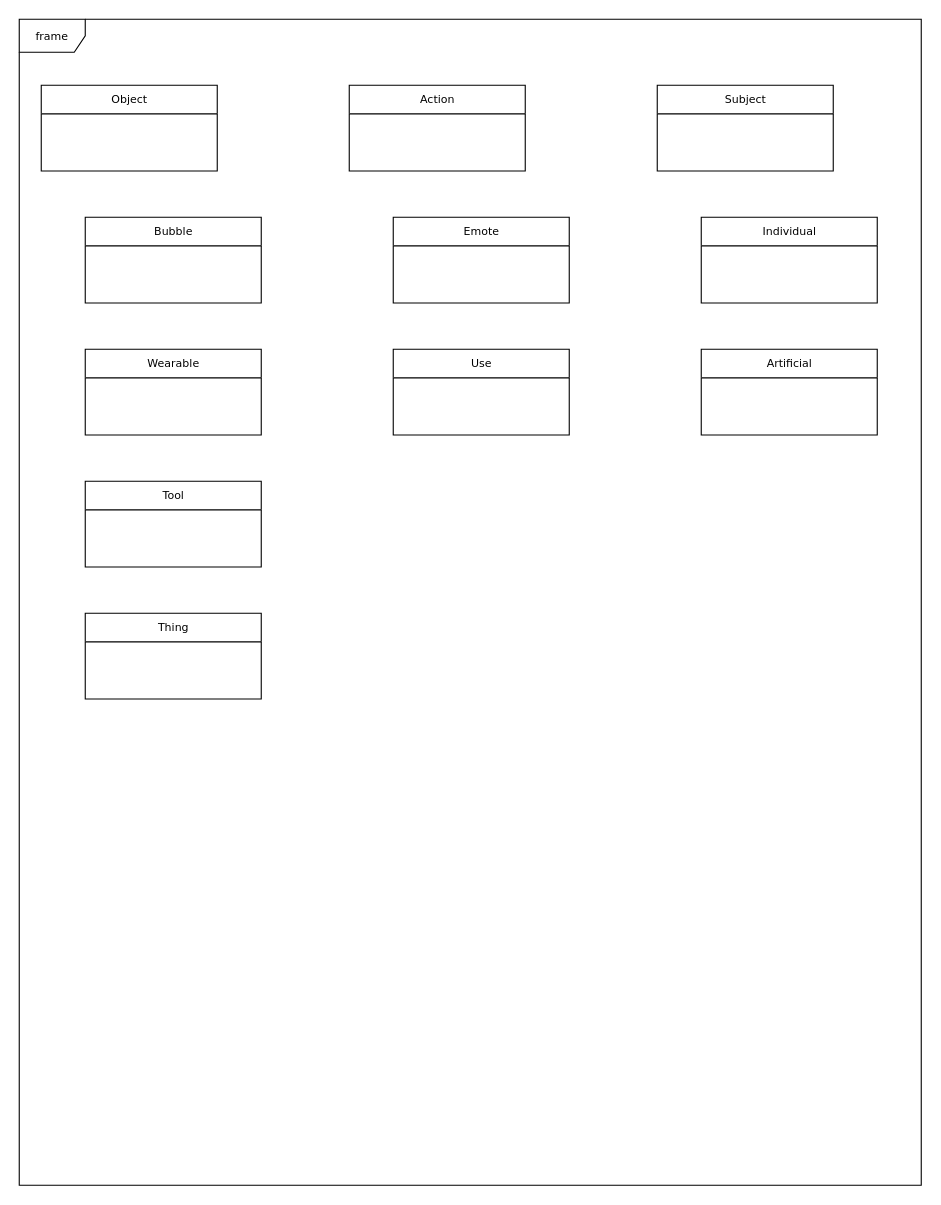
Above: Unbenanntes Diagramm.drawio in Jenziner/Test (draw.io), before the change. Source tidied: cells renumbered, new cells numbered last; positions are measured from the earlier drawing's top-left corner, leaving out a move shared by most shapes. Both pictures are drawn from the tidied source at 110%, with x=0, y=0 at pixel (19, 19).
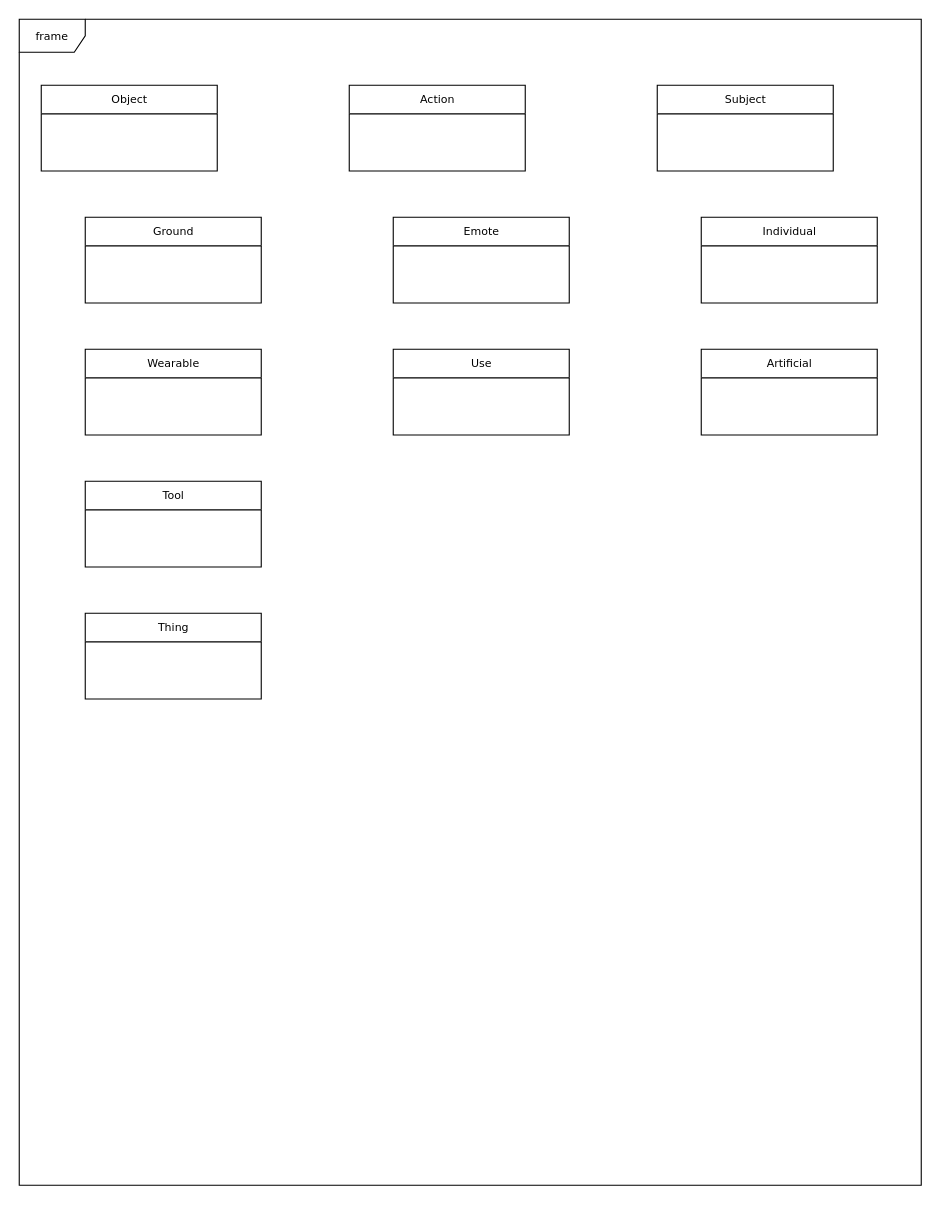
After the change.

Change to the diagram source:
```diff
@@
 <mxGraphModel>
   <root>
     <mxCell id="0" />
     <mxCell id="1" parent="0" />
     <mxCell id="2" value="frame" style="shape=umlFrame;whiteSpace=wrap;html=1;rounded=0;shadow=0;comic=0;labelBackgroundColor=none;strokeWidth=1;fontFamily=Verdana;fontSize=10;align=center;" parent="1" vertex="1">
       <mxGeometry width="820" height="1060" as="geometry" />
     </mxCell>
     <mxCell id="3" value="Object" style="swimlane;html=1;fontStyle=0;horizontal=1;startSize=26;fillColor=none;swimlaneFillColor=#ffffff;rounded=0;shadow=0;comic=0;labelBackgroundColor=none;strokeWidth=1;fontFamily=Verdana;fontSize=10;align=center;" parent="1" vertex="1">
       <mxGeometry x="20" y="60" width="160" height="78" as="geometry" />
     </mxCell>
     <mxCell id="4" value="Action" style="swimlane;html=1;fontStyle=0;horizontal=1;startSize=26;fillColor=none;swimlaneFillColor=#ffffff;rounded=0;shadow=0;comic=0;labelBackgroundColor=none;strokeWidth=1;fontFamily=Verdana;fontSize=10;align=center;" parent="1" vertex="1">
       <mxGeometry x="300" y="60" width="160" height="78" as="geometry" />
     </mxCell>
     <mxCell id="5" value="Subject" style="swimlane;html=1;fontStyle=0;horizontal=1;startSize=26;fillColor=none;swimlaneFillColor=#ffffff;rounded=0;shadow=0;comic=0;labelBackgroundColor=none;strokeWidth=1;fontFamily=Verdana;fontSize=10;align=center;" parent="1" vertex="1">
       <mxGeometry x="580" y="60" width="160" height="78" as="geometry" />
     </mxCell>
-    <mxCell id="6" value="Bubble" style="swimlane;html=1;fontStyle=0;horizontal=1;startSize=26;fillColor=none;swimlaneFillColor=#ffffff;rounded=0;shadow=0;comic=0;labelBackgroundColor=none;strokeWidth=1;fontFamily=Verdana;fontSize=10;align=center;" parent="1" vertex="1">
+    <mxCell id="6" value="Ground" style="swimlane;html=1;fontStyle=0;horizontal=1;startSize=26;fillColor=none;swimlaneFillColor=#ffffff;rounded=0;shadow=0;comic=0;labelBackgroundColor=none;strokeWidth=1;fontFamily=Verdana;fontSize=10;align=center;" parent="1" vertex="1">
       <mxGeometry x="60" y="180" width="160" height="78" as="geometry" />
     </mxCell>
     <mxCell id="7" value="Wearable" style="swimlane;html=1;fontStyle=0;horizontal=1;startSize=26;fillColor=none;swimlaneFillColor=#ffffff;rounded=0;shadow=0;comic=0;labelBackgroundColor=none;strokeWidth=1;fontFamily=Verdana;fontSize=10;align=center;" parent="1" vertex="1">
       <mxGeometry x="60" y="300" width="160" height="78" as="geometry" />
     </mxCell>
     <mxCell id="8" value="Tool" style="swimlane;html=1;fontStyle=0;horizontal=1;startSize=26;fillColor=none;swimlaneFillColor=#ffffff;rounded=0;shadow=0;comic=0;labelBackgroundColor=none;strokeWidth=1;fontFamily=Verdana;fontSize=10;align=center;" parent="1" vertex="1">
       <mxGeometry x="60" y="420" width="160" height="78" as="geometry" />
     </mxCell>
     <mxCell id="9" value="Thing" style="swimlane;html=1;fontStyle=0;horizontal=1;startSize=26;fillColor=none;swimlaneFillColor=#ffffff;rounded=0;shadow=0;comic=0;labelBackgroundColor=none;strokeWidth=1;fontFamily=Verdana;fontSize=10;align=center;" parent="1" vertex="1">
       <mxGeometry x="60" y="540" width="160" height="78" as="geometry" />
     </mxCell>
     <mxCell id="10" value="Emote" style="swimlane;html=1;fontStyle=0;horizontal=1;startSize=26;fillColor=none;swimlaneFillColor=#ffffff;rounded=0;shadow=0;comic=0;labelBackgroundColor=none;strokeWidth=1;fontFamily=Verdana;fontSize=10;align=center;" parent="1" vertex="1">
       <mxGeometry x="340" y="180" width="160" height="78" as="geometry" />
     </mxCell>
     <mxCell id="11" value="Use" style="swimlane;html=1;fontStyle=0;horizontal=1;startSize=26;fillColor=none;swimlaneFillColor=#ffffff;rounded=0;shadow=0;comic=0;labelBackgroundColor=none;strokeWidth=1;fontFamily=Verdana;fontSize=10;align=center;" parent="1" vertex="1">
       <mxGeometry x="340" y="300" width="160" height="78" as="geometry" />
     </mxCell>
     <mxCell id="12" value="Individual" style="swimlane;html=1;fontStyle=0;horizontal=1;startSize=26;fillColor=none;swimlaneFillColor=#ffffff;rounded=0;shadow=0;comic=0;labelBackgroundColor=none;strokeWidth=1;fontFamily=Verdana;fontSize=10;align=center;" parent="1" vertex="1">
       <mxGeometry x="620" y="180" width="160" height="78" as="geometry" />
     </mxCell>
     <mxCell id="13" value="Artificial" style="swimlane;html=1;fontStyle=0;horizontal=1;startSize=26;fillColor=none;swimlaneFillColor=#ffffff;rounded=0;shadow=0;comic=0;labelBackgroundColor=none;strokeWidth=1;fontFamily=Verdana;fontSize=10;align=center;" parent="1" vertex="1">
       <mxGeometry x="620" y="300" width="160" height="78" as="geometry" />
     </mxCell>
   </root>
 </mxGraphModel>
```
